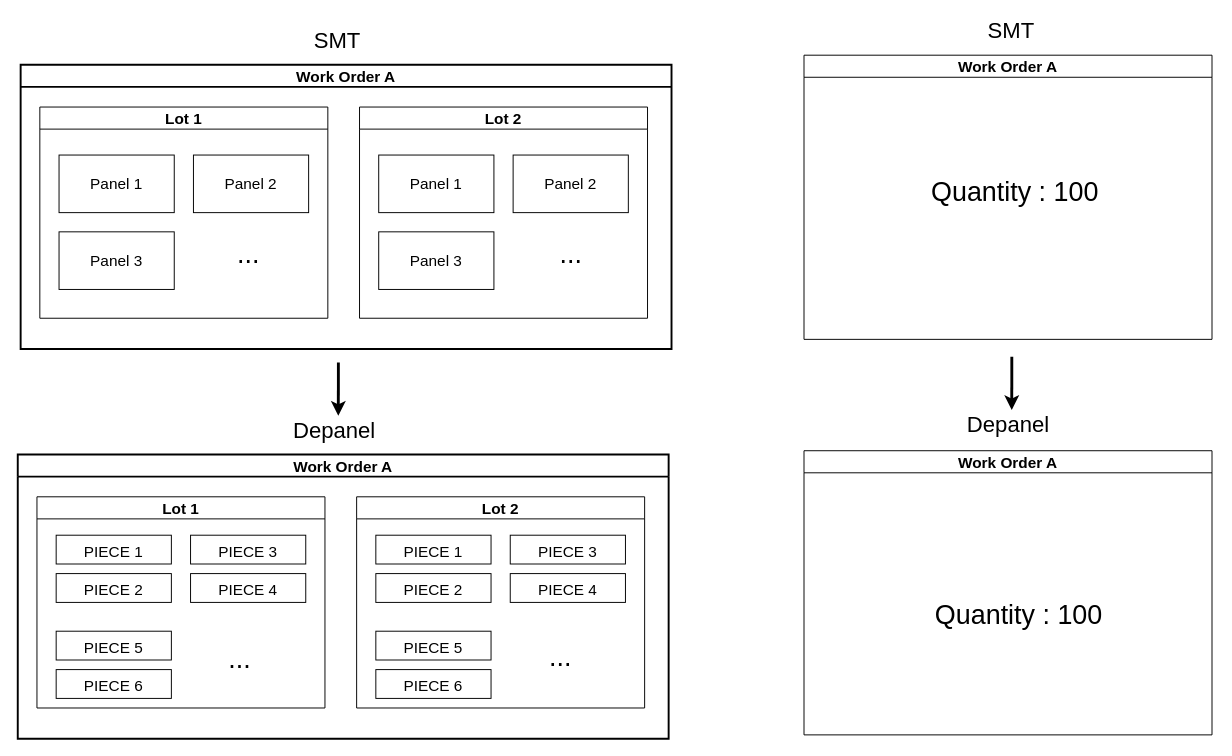
This is page "WO LOT PANEL PIECE" (2 of 3) of MES POC.drawio from vinceliao99/MyDiagrams, a draw.io file, before an edit. Source tidied: cells renumbered, new cells numbered last; positions are measured from the earlier drawing's top-left corner, leaving out a move shared by most shapes. Both pictures are drawn from the tidied source at 96%, with x=0, y=0 at pixel (17, 16).
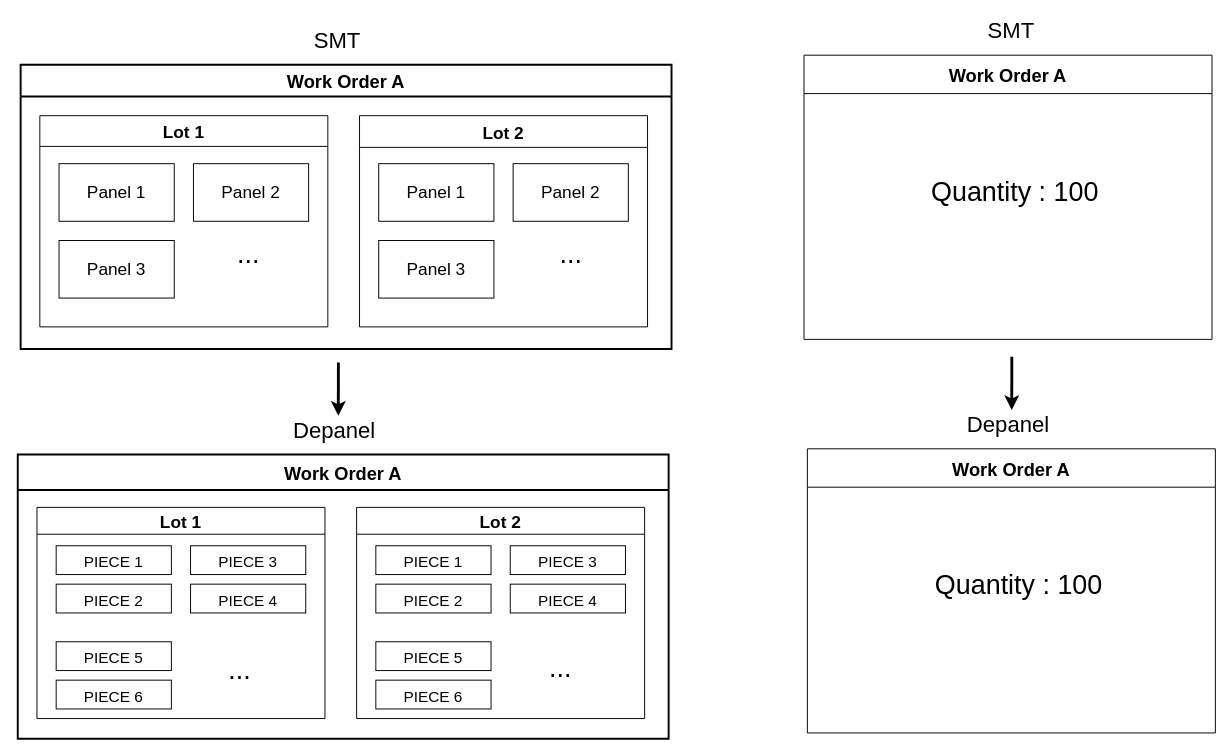
After the change.

Diff of the diagram source:
```diff
@@
-    <mxCell id="2" value="Lot 1" style="swimlane;fontSize=16;" parent="1" vertex="1">
-      <mxGeometry x="23" y="94" width="300" height="220" as="geometry" />
+    <mxCell id="2" value="Lot 1" style="swimlane;fontSize=18;startSize=32;" parent="1" vertex="1">
+      <mxGeometry x="23" y="103" width="300" height="220" as="geometry" />
     </mxCell>
-    <mxCell id="3" value="Panel 1" style="rounded=0;whiteSpace=wrap;html=1;fontSize=16;" parent="2" vertex="1">
+    <mxCell id="3" value="&lt;font style=&quot;font-size: 18px;&quot;&gt;Panel 1&lt;/font&gt;" style="rounded=0;whiteSpace=wrap;html=1;fontSize=16;" parent="2" vertex="1">
       <mxGeometry x="20" y="50" width="120" height="60" as="geometry" />
     </mxCell>
-    <mxCell id="4" value="Panel 2" style="rounded=0;whiteSpace=wrap;html=1;fontSize=16;" parent="2" vertex="1">
+    <mxCell id="4" value="&lt;font style=&quot;font-size: 18px;&quot;&gt;Panel 2&lt;/font&gt;" style="rounded=0;whiteSpace=wrap;html=1;fontSize=16;" parent="2" vertex="1">
       <mxGeometry x="160" y="50" width="120" height="60" as="geometry" />
     </mxCell>
-    <mxCell id="5" value="Panel 3" style="rounded=0;whiteSpace=wrap;html=1;fontSize=16;" parent="2" vertex="1">
+    <mxCell id="5" value="&lt;font style=&quot;font-size: 18px;&quot;&gt;Panel 3&lt;/font&gt;" style="rounded=0;whiteSpace=wrap;html=1;fontSize=16;" parent="2" vertex="1">
       <mxGeometry x="20" y="130" width="120" height="60" as="geometry" />
     </mxCell>
-    <mxCell id="6" value="Lot 2" style="swimlane;fontSize=16;" parent="1" vertex="1">
-      <mxGeometry x="356" y="94" width="300" height="220" as="geometry" />
+    <mxCell id="6" value="Lot 2" style="swimlane;fontSize=18;startSize=33;" parent="1" vertex="1">
+      <mxGeometry x="356" y="103" width="300" height="220" as="geometry" />
     </mxCell>
-    <mxCell id="7" value="Panel 1" style="rounded=0;whiteSpace=wrap;html=1;fontSize=16;" parent="6" vertex="1">
+    <mxCell id="7" value="&lt;font style=&quot;font-size: 18px;&quot;&gt;Panel 1&lt;/font&gt;" style="rounded=0;whiteSpace=wrap;html=1;fontSize=16;" parent="6" vertex="1">
       <mxGeometry x="20" y="50" width="120" height="60" as="geometry" />
     </mxCell>
-    <mxCell id="8" value="Panel 2" style="rounded=0;whiteSpace=wrap;html=1;fontSize=16;" parent="6" vertex="1">
+    <mxCell id="8" value="&lt;font style=&quot;font-size: 18px;&quot;&gt;Panel 2&lt;/font&gt;" style="rounded=0;whiteSpace=wrap;html=1;fontSize=16;" parent="6" vertex="1">
       <mxGeometry x="160" y="50" width="120" height="60" as="geometry" />
     </mxCell>
-    <mxCell id="9" value="Panel 3" style="rounded=0;whiteSpace=wrap;html=1;fontSize=16;" parent="6" vertex="1">
+    <mxCell id="9" value="&lt;font style=&quot;font-size: 18px;&quot;&gt;Panel 3&lt;/font&gt;" style="rounded=0;whiteSpace=wrap;html=1;fontSize=16;" parent="6" vertex="1">
       <mxGeometry x="20" y="130" width="120" height="60" as="geometry" />
     </mxCell>
-    <mxCell id="10" value="Work Order A" style="swimlane;fontSize=16;strokeWidth=2;" parent="1" vertex="1">
+    <mxCell id="10" value="Work Order A" style="swimlane;fontSize=19;strokeWidth=2;startSize=33;" parent="1" vertex="1">
       <mxGeometry x="3" y="50" width="678" height="296" as="geometry" />
     </mxCell>
@@
-    <mxCell id="14" value="Lot 1" style="swimlane;fontSize=16;" parent="1" vertex="1">
-      <mxGeometry x="20" y="500" width="300" height="220" as="geometry" />
+    <mxCell id="14" value="Lot 1" style="swimlane;fontSize=18;startSize=28;" parent="1" vertex="1">
+      <mxGeometry x="20" y="511" width="300" height="220" as="geometry" />
     </mxCell>
-    <mxCell id="15" value="Lot 2" style="swimlane;fontSize=16;" parent="1" vertex="1">
-      <mxGeometry x="353" y="500" width="300" height="220" as="geometry" />
+    <mxCell id="15" value="Lot 2" style="swimlane;fontSize=18;startSize=28;" parent="1" vertex="1">
+      <mxGeometry x="353" y="511" width="300" height="220" as="geometry" />
     </mxCell>
-    <mxCell id="16" value="Work Order A" style="swimlane;fontSize=16;strokeWidth=2;" parent="1" vertex="1">
+    <mxCell id="16" value="Work Order A" style="swimlane;fontSize=19;strokeWidth=2;startSize=37;" parent="1" vertex="1">
       <mxGeometry y="456" width="678" height="296" as="geometry" />
     </mxCell>
     <mxCell id="17" value="&lt;font style=&quot;font-size: 16px&quot;&gt;PIECE 1&lt;/font&gt;" style="rounded=0;whiteSpace=wrap;html=1;sketch=0;fontSize=24;fontColor=none;" parent="16" vertex="1">
-      <mxGeometry x="40" y="84" width="120" height="30" as="geometry" />
+      <mxGeometry x="40" y="95" width="120" height="30" as="geometry" />
     </mxCell>
     <mxCell id="18" value="&lt;font style=&quot;font-size: 16px&quot;&gt;PIECE 2&lt;/font&gt;" style="rounded=0;whiteSpace=wrap;html=1;sketch=0;fontSize=24;fontColor=none;" parent="16" vertex="1">
-      <mxGeometry x="40" y="124" width="120" height="30" as="geometry" />
+      <mxGeometry x="40" y="135" width="120" height="30" as="geometry" />
     </mxCell>
     <mxCell id="19" value="&lt;font style=&quot;font-size: 16px&quot;&gt;PIECE 3&lt;/font&gt;" style="rounded=0;whiteSpace=wrap;html=1;sketch=0;fontSize=24;fontColor=none;" parent="16" vertex="1">
-      <mxGeometry x="180" y="84" width="120" height="30" as="geometry" />
+      <mxGeometry x="180" y="95" width="120" height="30" as="geometry" />
     </mxCell>
     <mxCell id="20" value="&lt;font style=&quot;font-size: 16px&quot;&gt;PIECE 4&lt;/font&gt;" style="rounded=0;whiteSpace=wrap;html=1;sketch=0;fontSize=24;fontColor=none;" parent="16" vertex="1">
-      <mxGeometry x="180" y="124" width="120" height="30" as="geometry" />
+      <mxGeometry x="180" y="135" width="120" height="30" as="geometry" />
     </mxCell>
     <mxCell id="21" value="&lt;font style=&quot;font-size: 16px&quot;&gt;PIECE 5&lt;/font&gt;" style="rounded=0;whiteSpace=wrap;html=1;sketch=0;fontSize=24;fontColor=none;" parent="16" vertex="1">
-      <mxGeometry x="40" y="184" width="120" height="30" as="geometry" />
+      <mxGeometry x="40" y="195" width="120" height="30" as="geometry" />
     </mxCell>
     <mxCell id="22" value="&lt;font style=&quot;font-size: 16px&quot;&gt;PIECE 6&lt;/font&gt;" style="rounded=0;whiteSpace=wrap;html=1;sketch=0;fontSize=24;fontColor=none;" parent="16" vertex="1">
-      <mxGeometry x="40" y="224" width="120" height="30" as="geometry" />
+      <mxGeometry x="40" y="235" width="120" height="30" as="geometry" />
     </mxCell>
     <mxCell id="23" value="&lt;font style=&quot;font-size: 16px&quot;&gt;PIECE 1&lt;/font&gt;" style="rounded=0;whiteSpace=wrap;html=1;sketch=0;fontSize=24;fontColor=none;" parent="16" vertex="1">
-      <mxGeometry x="373" y="84" width="120" height="30" as="geometry" />
+      <mxGeometry x="373" y="95" width="120" height="30" as="geometry" />
     </mxCell>
     <mxCell id="24" value="&lt;font style=&quot;font-size: 16px&quot;&gt;PIECE 2&lt;/font&gt;" style="rounded=0;whiteSpace=wrap;html=1;sketch=0;fontSize=24;fontColor=none;" parent="16" vertex="1">
-      <mxGeometry x="373" y="124" width="120" height="30" as="geometry" />
+      <mxGeometry x="373" y="135" width="120" height="30" as="geometry" />
     </mxCell>
     <mxCell id="25" value="&lt;font style=&quot;font-size: 16px&quot;&gt;PIECE 3&lt;/font&gt;" style="rounded=0;whiteSpace=wrap;html=1;sketch=0;fontSize=24;fontColor=none;" parent="16" vertex="1">
-      <mxGeometry x="513" y="84" width="120" height="30" as="geometry" />
+      <mxGeometry x="513" y="95" width="120" height="30" as="geometry" />
     </mxCell>
     <mxCell id="26" value="&lt;font style=&quot;font-size: 16px&quot;&gt;PIECE 4&lt;/font&gt;" style="rounded=0;whiteSpace=wrap;html=1;sketch=0;fontSize=24;fontColor=none;" parent="16" vertex="1">
-      <mxGeometry x="513" y="124" width="120" height="30" as="geometry" />
+      <mxGeometry x="513" y="135" width="120" height="30" as="geometry" />
     </mxCell>
     <mxCell id="27" value="&lt;font style=&quot;font-size: 16px&quot;&gt;PIECE 5&lt;/font&gt;" style="rounded=0;whiteSpace=wrap;html=1;sketch=0;fontSize=24;fontColor=none;" parent="16" vertex="1">
-      <mxGeometry x="373" y="184" width="120" height="30" as="geometry" />
+      <mxGeometry x="373" y="195" width="120" height="30" as="geometry" />
     </mxCell>
     <mxCell id="28" value="&lt;font style=&quot;font-size: 16px&quot;&gt;PIECE 6&lt;/font&gt;" style="rounded=0;whiteSpace=wrap;html=1;sketch=0;fontSize=24;fontColor=none;" parent="16" vertex="1">
-      <mxGeometry x="373" y="224" width="120" height="30" as="geometry" />
+      <mxGeometry x="373" y="235" width="120" height="30" as="geometry" />
     </mxCell>
     <mxCell id="29" value="&lt;font style=&quot;font-size: 28px;&quot;&gt;...&lt;/font&gt;" style="text;html=1;align=center;verticalAlign=middle;strokeColor=none;fillColor=none;fontColor=#000000;" parent="16" vertex="1">
-      <mxGeometry x="210" y="190" width="41" height="46" as="geometry" />
+      <mxGeometry x="210" y="201" width="41" height="46" as="geometry" />
     </mxCell>
     <mxCell id="30" value="&lt;font style=&quot;font-size: 28px;&quot;&gt;...&lt;/font&gt;" style="text;html=1;align=center;verticalAlign=middle;strokeColor=none;fillColor=none;fontColor=#000000;" parent="16" vertex="1">
-      <mxGeometry x="544" y="188" width="41" height="46" as="geometry" />
+      <mxGeometry x="544" y="199" width="41" height="46" as="geometry" />
     </mxCell>
@@
-    <mxCell id="33" value="Work Order A" style="swimlane;fontSize=16;" parent="1" vertex="1">
+    <mxCell id="33" value="Work Order A" style="swimlane;fontSize=19;startSize=40;" parent="1" vertex="1">
       <mxGeometry x="819" y="40" width="425" height="296" as="geometry" />
     </mxCell>
@@
+    <mxCell id="38" value="Depanel" style="text;html=1;strokeColor=none;fillColor=none;align=center;verticalAlign=middle;whiteSpace=wrap;rounded=0;fontSize=23;" parent="1" vertex="1">
+      <mxGeometry x="1001.5" y="410" width="60" height="30" as="geometry" />
+    </mxCell>
+    <mxCell id="39" style="endArrow=classic;html=1;rounded=0;fontSize=23;strokeWidth=3;entryX=0.565;entryY=-0.014;entryDx=0;entryDy=0;entryPerimeter=0;" parent="1" edge="1" target="38">
+      <mxGeometry relative="1" as="geometry">
+        <mxPoint x="1035.5" y="354" as="sourcePoint" />
+      </mxGeometry>
+    </mxCell>
-    <mxCell id="36" value="Work Order A" style="swimlane;fontSize=16;" parent="1" vertex="1">
-      <mxGeometry x="819" y="452" width="425" height="296" as="geometry" />
+    <mxCell id="36" value="Work Order A" style="swimlane;fontSize=19;startSize=40;" parent="1" vertex="1">
+      <mxGeometry x="822.5" y="450" width="425" height="296" as="geometry" />
     </mxCell>
     <mxCell id="37" value="Quantity : 100" style="text;html=1;strokeColor=none;fillColor=none;align=center;verticalAlign=middle;whiteSpace=wrap;rounded=0;fontSize=28;fontColor=#000000;" parent="36" vertex="1">
-      <mxGeometry x="113" y="158" width="222" height="25" as="geometry" />
+      <mxGeometry x="109" y="129" width="222" height="25" as="geometry" />
     </mxCell>
-    <mxCell id="38" value="Depanel" style="text;html=1;strokeColor=none;fillColor=none;align=center;verticalAlign=middle;whiteSpace=wrap;rounded=0;fontSize=23;" parent="1" vertex="1">
-      <mxGeometry x="1001.5" y="410" width="60" height="30" as="geometry" />
-    </mxCell>
-    <mxCell id="39" style="endArrow=classic;html=1;rounded=0;fontSize=23;strokeWidth=3;entryX=0.565;entryY=-0.014;entryDx=0;entryDy=0;entryPerimeter=0;" parent="1" edge="1" target="38">
-      <mxGeometry relative="1" as="geometry">
-        <mxPoint x="1035.5" y="354" as="sourcePoint" />
-      </mxGeometry>
-    </mxCell>
```
